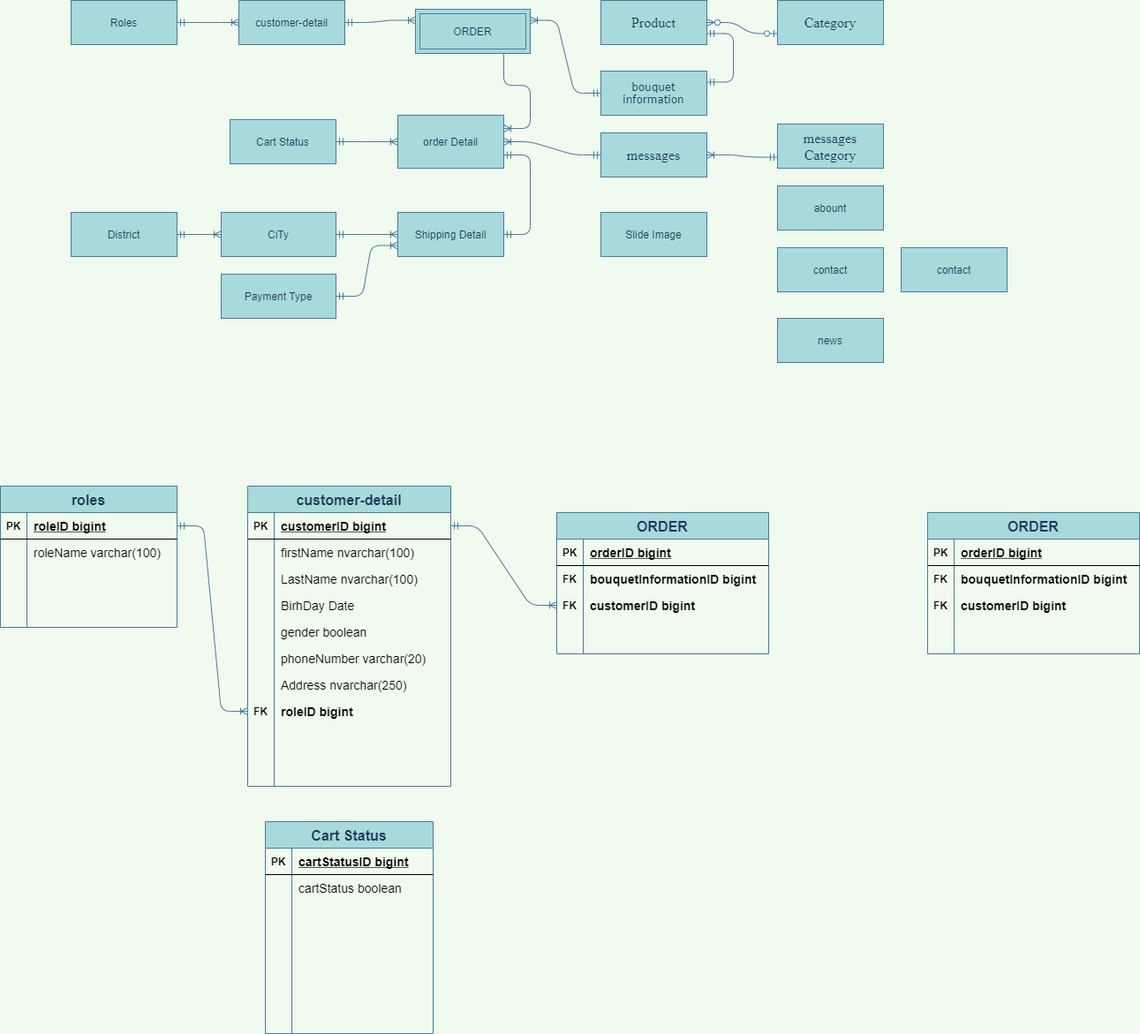
Before: Untitled Diagram.png, a diagram exported from draw.io (maialino123/Eproject-SEM3). Source tidied: cells renumbered, new cells last; positions are measured from the earlier drawing's top-left corner, leaving out a move shared by most shapes.
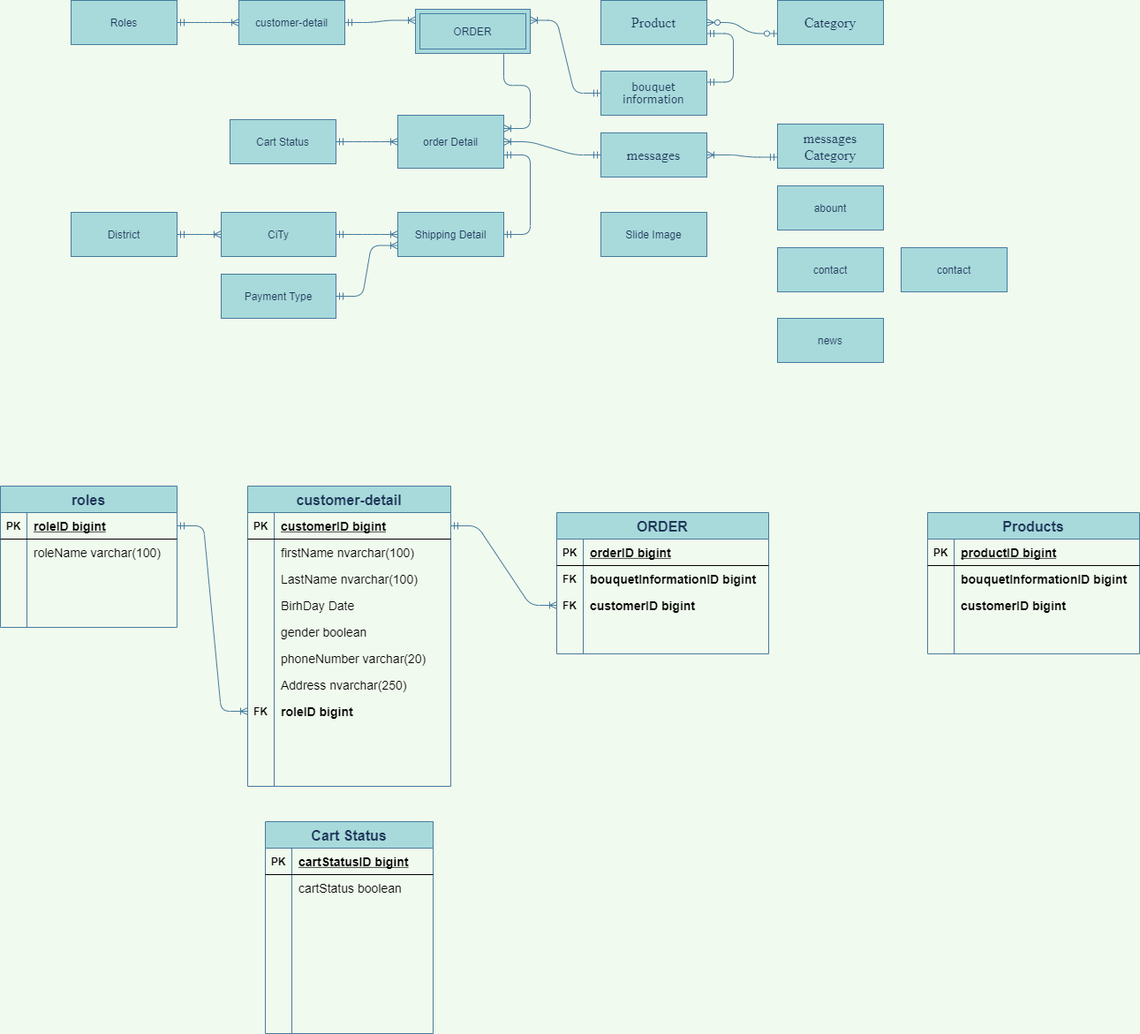
After the change.

Diff of the diagram source:
```diff
@@ -323,7 +323,7 @@
     <mxCell id="108" style="edgeStyle=entityRelationEdgeStyle;fontSize=12;html=1;endArrow=ERoneToMany;startArrow=ERmandOne;fontColor=#1D3557;strokeColor=#457B9D;fillColor=#A8DADC;labelBackgroundColor=#F1FAEE;exitX=1;exitY=0.5;exitDx=0;exitDy=0;entryX=0;entryY=0.5;entryDx=0;entryDy=0;" parent="1" edge="1" source="48" target="102">
       <mxGeometry relative="1" as="geometry" />
     </mxCell>
-    <mxCell id="109" value="ORDER" style="shape=table;startSize=30;rowLines=0;fontStyle=1;align=center;rounded=0;sketch=0;fontSize=16;fontColor=#1D3557;strokeColor=#457B9D;fillColor=#A8DADC;" parent="1" vertex="1">
+    <mxCell id="109" value="Products" style="shape=table;startSize=30;rowLines=0;fontStyle=1;align=center;rounded=0;sketch=0;fontSize=16;fontColor=#1D3557;strokeColor=#457B9D;fillColor=#A8DADC;" parent="1" vertex="1">
       <mxGeometry x="1050" y="580" width="240" height="160" as="geometry" />
     </mxCell>
     <mxCell id="110" style="shape=partialRectangle;fillColor=none;top=0;left=0;bottom=1;right=0;" parent="109" vertex="1">
@@ -332,13 +332,13 @@
     <mxCell id="111" value="PK" style="shape=partialRectangle;fillColor=none;top=0;left=0;bottom=0;right=0;fontStyle=1;overflow=hidden;" parent="110" vertex="1">
       <mxGeometry width="30" height="30" as="geometry" />
     </mxCell>
-    <mxCell id="112" value="orderID bigint" style="shape=partialRectangle;fillColor=none;top=0;left=0;bottom=0;right=0;align=left;spacingLeft=6;fontStyle=5;overflow=hidden;fontSize=14;" parent="110" vertex="1">
+    <mxCell id="112" value="productID bigint" style="shape=partialRectangle;fillColor=none;top=0;left=0;bottom=0;right=0;align=left;spacingLeft=6;fontStyle=5;overflow=hidden;fontSize=14;" parent="110" vertex="1">
       <mxGeometry x="30" width="210" height="30" as="geometry" />
     </mxCell>
     <mxCell id="113" style="shape=partialRectangle;fillColor=none;top=0;left=0;bottom=0;right=0;" parent="109" vertex="1">
       <mxGeometry y="60" width="240" height="30" as="geometry" />
     </mxCell>
-    <mxCell id="114" value="FK" style="shape=partialRectangle;fillColor=none;top=0;left=0;bottom=0;right=0;overflow=hidden;fontStyle=1;" parent="113" vertex="1">
+    <mxCell id="114" style="shape=partialRectangle;fillColor=none;top=0;left=0;bottom=0;right=0;overflow=hidden;fontStyle=1;" parent="113" vertex="1">
       <mxGeometry width="30" height="30" as="geometry" />
     </mxCell>
     <mxCell id="115" value="bouquetInformationID bigint " style="shape=partialRectangle;fillColor=none;top=0;left=0;bottom=0;right=0;align=left;spacingLeft=6;overflow=hidden;fontSize=14;fontStyle=1;" parent="113" vertex="1">
@@ -347,7 +347,7 @@
     <mxCell id="116" style="shape=partialRectangle;fillColor=none;top=0;left=0;bottom=0;right=0;" parent="109" vertex="1">
       <mxGeometry y="90" width="240" height="30" as="geometry" />
     </mxCell>
-    <mxCell id="117" value="FK" style="shape=partialRectangle;fillColor=none;top=0;left=0;bottom=0;right=0;overflow=hidden;fontStyle=1;" parent="116" vertex="1">
+    <mxCell id="117" style="shape=partialRectangle;fillColor=none;top=0;left=0;bottom=0;right=0;overflow=hidden;fontStyle=1;" parent="116" vertex="1">
       <mxGeometry width="30" height="30" as="geometry" />
     </mxCell>
     <mxCell id="118" value="customerID bigint" style="shape=partialRectangle;fillColor=none;top=0;left=0;bottom=0;right=0;align=left;spacingLeft=6;overflow=hidden;fontSize=14;fontStyle=1;" parent="116" vertex="1">
```
